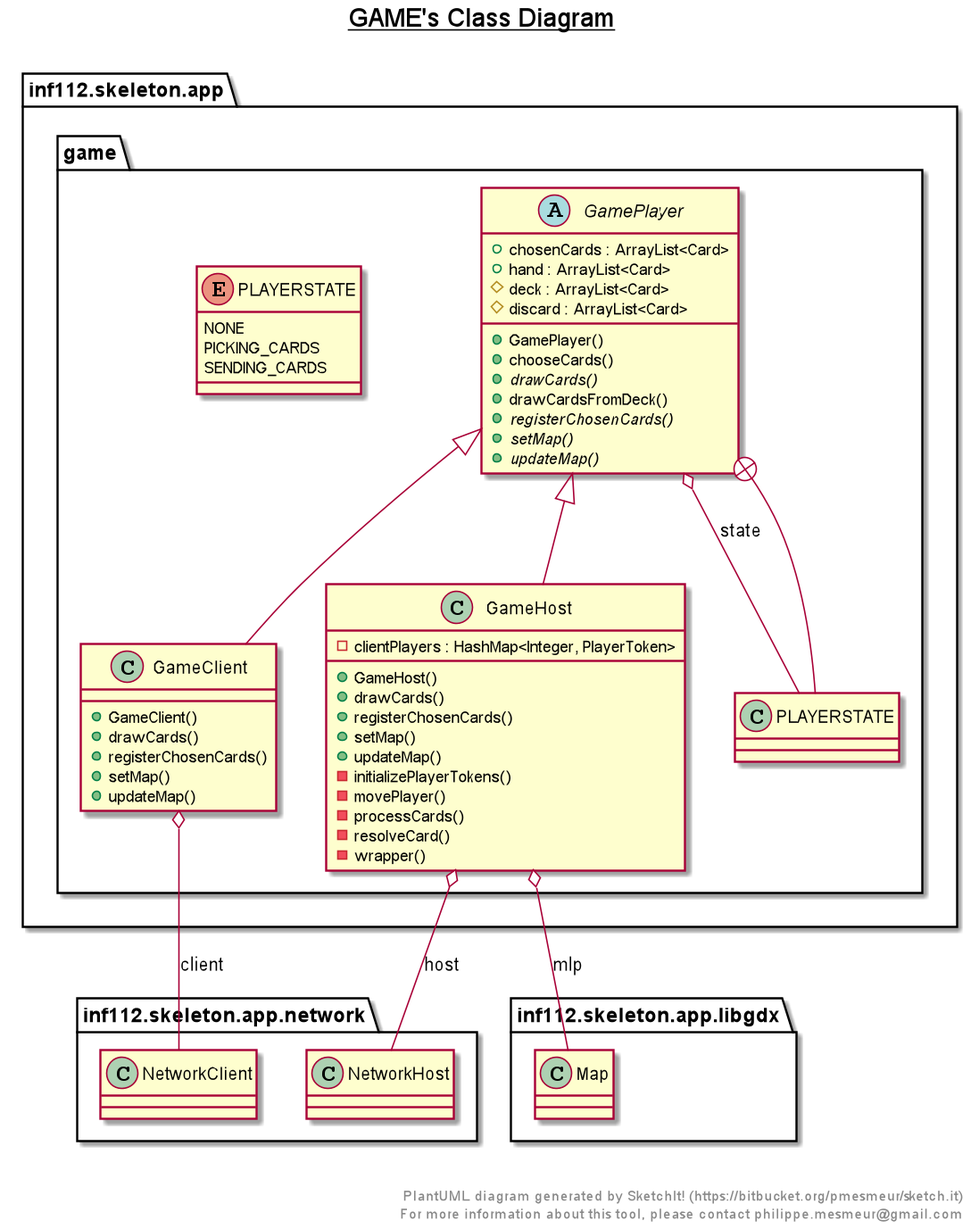
Before: Structure/Class diagrams/game.png, a diagram exported from PlantUML (inf112-v21/Snokarane). Source of this version:
```plantuml
@startuml

title __GAME's Class Diagram__\n

  namespace inf112.skeleton.app {
    namespace game {
      class inf112.skeleton.app.game.GameClient {
          + GameClient()
          + drawCards()
          + registerChosenCards()
          + setMap()
          + updateMap()
      }
    }
  }


  namespace inf112.skeleton.app {
    namespace game {
      class inf112.skeleton.app.game.GameHost {
          - clientPlayers : HashMap<Integer, PlayerToken>
          + GameHost()
          + drawCards()
          + registerChosenCards()
          + setMap()
          + updateMap()
          - initializePlayerTokens()
          - movePlayer()
          - processCards()
          - resolveCard()
          - wrapper()
      }
    }
  }


  namespace inf112.skeleton.app {
    namespace game {
      abstract class inf112.skeleton.app.game.GamePlayer {
          + chosenCards : ArrayList<Card>
          + hand : ArrayList<Card>
          # deck : ArrayList<Card>
          # discard : ArrayList<Card>
          + GamePlayer()
          + chooseCards()
          {abstract} + drawCards()
          + drawCardsFromDeck()
          {abstract} + registerChosenCards()
          {abstract} + setMap()
          {abstract} + updateMap()
      }
    }
  }


  namespace inf112.skeleton.app {
    namespace game {
      enum PLAYERSTATE {
        NONE
        PICKING_CARDS
        SENDING_CARDS
      }
    }
  }


  inf112.skeleton.app.game.GameClient -up-|> inf112.skeleton.app.game.GamePlayer
  inf112.skeleton.app.game.GameClient o-- inf112.skeleton.app.network.NetworkClient : client
  inf112.skeleton.app.game.GameHost -up-|> inf112.skeleton.app.game.GamePlayer
  inf112.skeleton.app.game.GameHost o-- inf112.skeleton.app.network.NetworkHost : host
  inf112.skeleton.app.game.GameHost o-- inf112.skeleton.app.libgdx.Map : mlp
  inf112.skeleton.app.game.GamePlayer o-- inf112.skeleton.app.game.GamePlayer.PLAYERSTATE : state
  inf112.skeleton.app.game.GamePlayer +-down- inf112.skeleton.app.game.GamePlayer.PLAYERSTATE


right footer


PlantUML diagram generated by SketchIt! (https://bitbucket.org/pmesmeur/sketch.it)
For more information about this tool, please contact philippe.mesmeur@gmail.com
endfooter

@enduml
```
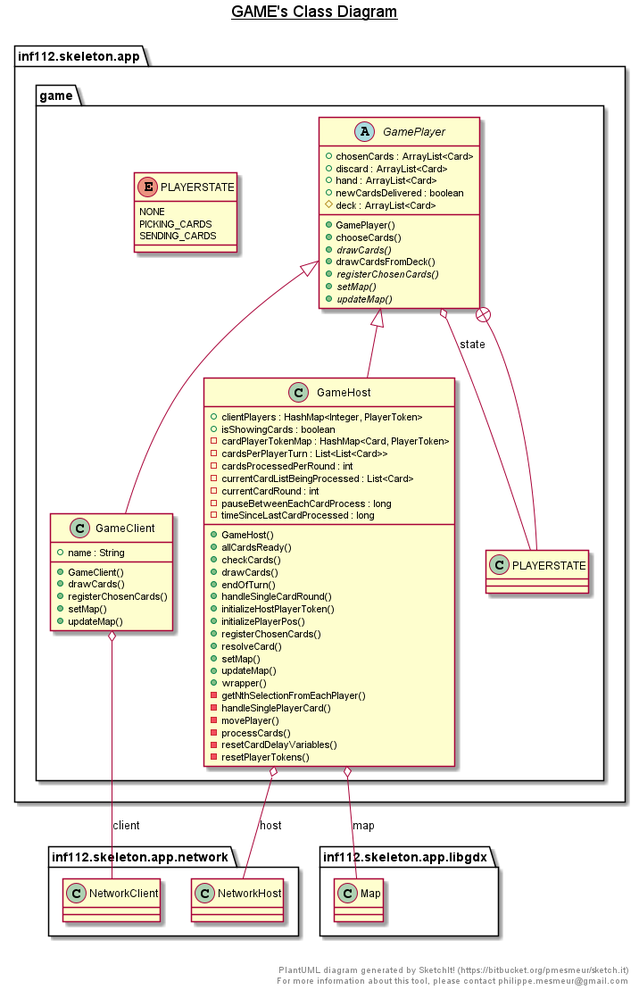
The same file after the commit.

Diff of the diagram source:
```diff
@@ -5,6 +5,7 @@
   namespace inf112.skeleton.app {
     namespace game {
       class inf112.skeleton.app.game.GameClient {
+          + name : String
           + GameClient()
           + drawCards()
           + registerChosenCards()
@@ -18,17 +19,34 @@
   namespace inf112.skeleton.app {
     namespace game {
       class inf112.skeleton.app.game.GameHost {
-          - clientPlayers : HashMap<Integer, PlayerToken>
+          + clientPlayers : HashMap<Integer, PlayerToken>
+          + isShowingCards : boolean
+          - cardPlayerTokenMap : HashMap<Card, PlayerToken>
+          - cardsPerPlayerTurn : List<List<Card>>
+          - cardsProcessedPerRound : int
+          - currentCardListBeingProcessed : List<Card>
+          - currentCardRound : int
+          - pauseBetweenEachCardProcess : long
+          - timeSinceLastCardProcessed : long
           + GameHost()
+          + allCardsReady()
+          + checkCards()
           + drawCards()
+          + endOfTurn()
+          + handleSingleCardRound()
+          + initializeHostPlayerToken()
+          + initializePlayerPos()
           + registerChosenCards()
+          + resolveCard()
           + setMap()
           + updateMap()
-          - initializePlayerTokens()
+          + wrapper()
+          - getNthSelectionFromEachPlayer()
+          - handleSinglePlayerCard()
           - movePlayer()
           - processCards()
-          - resolveCard()
-          - wrapper()
+          - resetCardDelayVariables()
+          - resetPlayerTokens()
       }
     }
   }
@@ -38,9 +56,10 @@
     namespace game {
       abstract class inf112.skeleton.app.game.GamePlayer {
           + chosenCards : ArrayList<Card>
+          + discard : ArrayList<Card>
           + hand : ArrayList<Card>
+          + newCardsDelivered : boolean
           # deck : ArrayList<Card>
-          # discard : ArrayList<Card>
           + GamePlayer()
           + chooseCards()
           {abstract} + drawCards()
@@ -68,7 +87,7 @@
   inf112.skeleton.app.game.GameClient o-- inf112.skeleton.app.network.NetworkClient : client
   inf112.skeleton.app.game.GameHost -up-|> inf112.skeleton.app.game.GamePlayer
   inf112.skeleton.app.game.GameHost o-- inf112.skeleton.app.network.NetworkHost : host
-  inf112.skeleton.app.game.GameHost o-- inf112.skeleton.app.libgdx.Map : mlp
+  inf112.skeleton.app.game.GameHost o-- inf112.skeleton.app.libgdx.Map : map
   inf112.skeleton.app.game.GamePlayer o-- inf112.skeleton.app.game.GamePlayer.PLAYERSTATE : state
   inf112.skeleton.app.game.GamePlayer +-down- inf112.skeleton.app.game.GamePlayer.PLAYERSTATE
 
```
